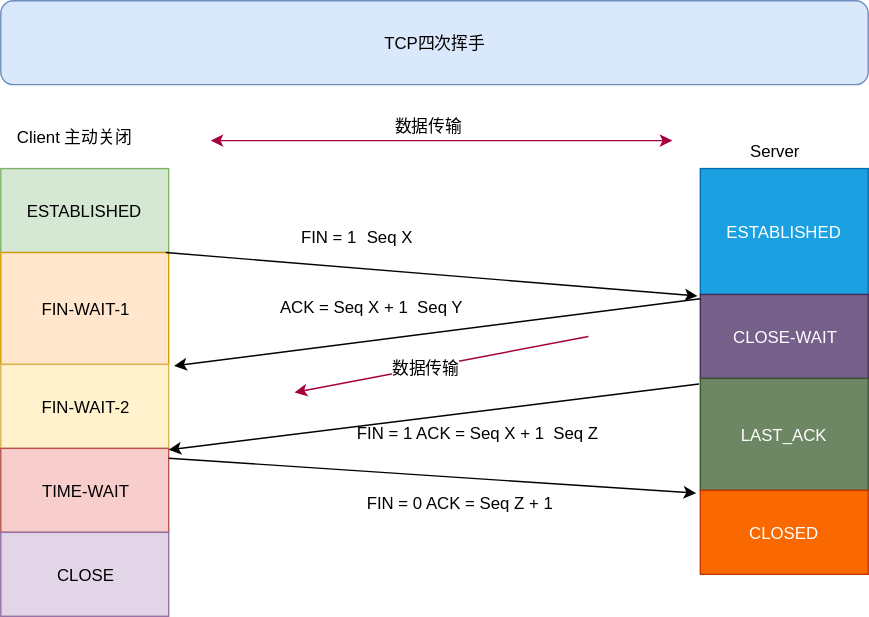
This is 12-面试/00-计算机基础/images/四次挥手详解.svg from cd-home/Root, a draw.io export, as it was before one commit. Source tidied: cells renumbered, new cells last; positions are measured from the earlier drawing's top-left corner, leaving out a move shared by most shapes.
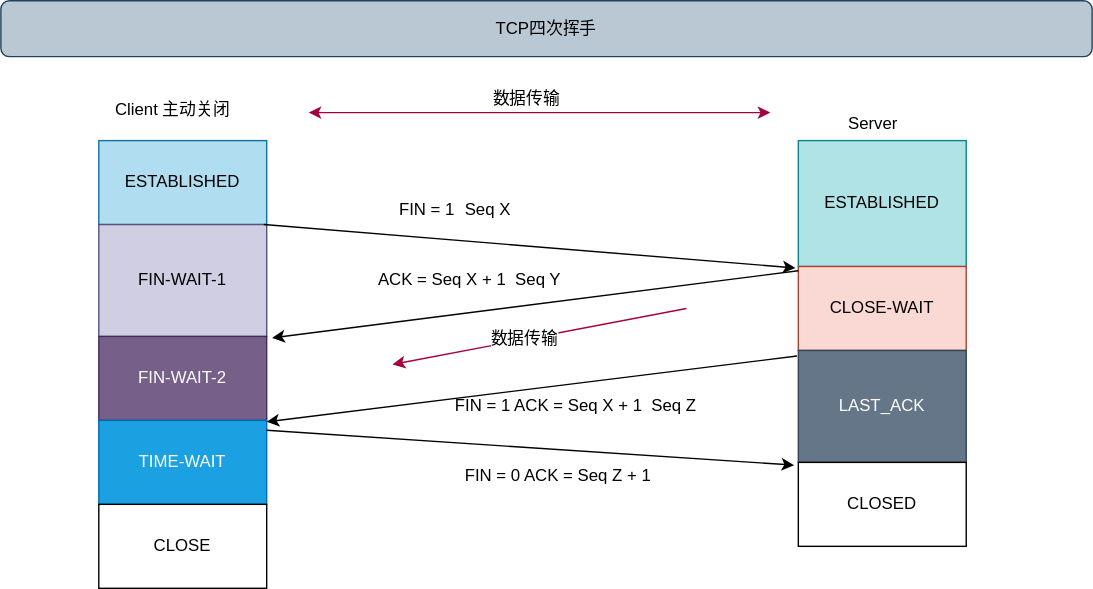
The same diagram one commit later.

What changed in the source:
```diff
@@ -2,34 +2,34 @@
   <root>
     <mxCell id="0" />
     <mxCell id="1" parent="0" />
-    <mxCell id="2" value="TCP四次挥手" style="rounded=1;whiteSpace=wrap;html=1;fillColor=#dae8fc;strokeColor=#6c8ebf;" parent="1" vertex="1">
-      <mxGeometry width="620" height="60" as="geometry" />
+    <mxCell id="2" value="TCP四次挥手" style="rounded=1;whiteSpace=wrap;html=1;fillColor=#bac8d3;strokeColor=#23445d;" parent="1" vertex="1">
+      <mxGeometry x="-70" y="20" width="780" height="40" as="geometry" />
     </mxCell>
     <mxCell id="3" style="edgeStyle=orthogonalEdgeStyle;rounded=0;jettySize=auto;html=1;" parent="1" edge="1" source="4" target="6">
       <mxGeometry relative="1" as="geometry" />
     </mxCell>
-    <mxCell id="4" value="ESTABLISHED" style="rounded=0;whiteSpace=wrap;html=1;fillColor=#d5e8d4;strokeColor=#82b366;" parent="1" vertex="1">
+    <mxCell id="4" value="ESTABLISHED" style="rounded=0;whiteSpace=wrap;html=1;fillColor=#b1ddf0;strokeColor=#10739e;" parent="1" vertex="1">
       <mxGeometry y="120" width="120" height="60" as="geometry" />
     </mxCell>
     <mxCell id="5" style="edgeStyle=orthogonalEdgeStyle;rounded=0;jettySize=auto;html=1;" parent="1" edge="1" source="6" target="8">
       <mxGeometry relative="1" as="geometry" />
     </mxCell>
-    <mxCell id="6" value="FIN-WAIT-1" style="rounded=0;whiteSpace=wrap;html=1;fillColor=#ffe6cc;strokeColor=#d79b00;" parent="1" vertex="1">
+    <mxCell id="6" value="FIN-WAIT-1" style="rounded=0;whiteSpace=wrap;html=1;fillColor=#d0cee2;strokeColor=#56517e;" parent="1" vertex="1">
       <mxGeometry y="180" width="120" height="80" as="geometry" />
     </mxCell>
     <mxCell id="7" style="edgeStyle=orthogonalEdgeStyle;rounded=0;jettySize=auto;html=1;" parent="1" edge="1" source="8" target="10">
       <mxGeometry relative="1" as="geometry" />
     </mxCell>
-    <mxCell id="8" value="&lt;span style=&quot;white-space: normal&quot;&gt;FIN-WAIT-2&lt;/span&gt;" style="rounded=0;whiteSpace=wrap;html=1;fillColor=#fff2cc;strokeColor=#d6b656;" parent="1" vertex="1">
+    <mxCell id="8" value="&lt;span style=&quot;white-space: normal&quot;&gt;FIN-WAIT-2&lt;/span&gt;" style="rounded=0;whiteSpace=wrap;html=1;fillColor=#76608a;fontColor=#ffffff;strokeColor=#432D57;" parent="1" vertex="1">
       <mxGeometry y="260" width="120" height="60" as="geometry" />
     </mxCell>
     <mxCell id="9" style="edgeStyle=orthogonalEdgeStyle;rounded=0;jettySize=auto;html=1;" parent="1" edge="1" source="10" target="11">
       <mxGeometry relative="1" as="geometry" />
     </mxCell>
-    <mxCell id="10" value="TIME-WAIT" style="rounded=0;whiteSpace=wrap;html=1;fillColor=#f8cecc;strokeColor=#b85450;" parent="1" vertex="1">
+    <mxCell id="10" value="TIME-WAIT" style="rounded=0;whiteSpace=wrap;html=1;fillColor=#1ba1e2;fontColor=#ffffff;strokeColor=#006EAF;" parent="1" vertex="1">
       <mxGeometry y="320" width="120" height="60" as="geometry" />
     </mxCell>
-    <mxCell id="11" value="CLOSE" style="rounded=0;whiteSpace=wrap;html=1;fillColor=#e1d5e7;strokeColor=#9673a6;" parent="1" vertex="1">
+    <mxCell id="11" value="CLOSE" style="rounded=0;whiteSpace=wrap;html=1;" parent="1" vertex="1">
       <mxGeometry y="380" width="120" height="60" as="geometry" />
     </mxCell>
     <mxCell id="12" style="edgeStyle=orthogonalEdgeStyle;rounded=0;jettySize=auto;html=1;" parent="1" edge="1" source="13">
@@ -37,22 +37,22 @@
         <mxPoint x="560" y="180" as="targetPoint" />
       </mxGeometry>
     </mxCell>
-    <mxCell id="13" value="&lt;span style=&quot;white-space: normal&quot;&gt;ESTABLISHED&lt;/span&gt;" style="rounded=0;whiteSpace=wrap;html=1;fillColor=#1ba1e2;strokeColor=#006EAF;fontColor=#ffffff;" parent="1" vertex="1">
+    <mxCell id="13" value="&lt;span style=&quot;white-space: normal&quot;&gt;ESTABLISHED&lt;/span&gt;" style="rounded=0;whiteSpace=wrap;html=1;fillColor=#b0e3e6;strokeColor=#0e8088;" parent="1" vertex="1">
       <mxGeometry x="500" y="120" width="120" height="90" as="geometry" />
     </mxCell>
     <mxCell id="14" style="edgeStyle=orthogonalEdgeStyle;rounded=0;jettySize=auto;html=1;" parent="1" edge="1" source="15" target="17">
       <mxGeometry relative="1" as="geometry" />
     </mxCell>
-    <mxCell id="15" value="CLOSE-WAIT" style="rounded=0;whiteSpace=wrap;html=1;fillColor=#76608a;strokeColor=#432D57;fontColor=#ffffff;" parent="1" vertex="1">
+    <mxCell id="15" value="CLOSE-WAIT" style="rounded=0;whiteSpace=wrap;html=1;fillColor=#fad9d5;strokeColor=#ae4132;" parent="1" vertex="1">
       <mxGeometry x="500" y="210" width="120" height="60" as="geometry" />
     </mxCell>
     <mxCell id="16" style="edgeStyle=orthogonalEdgeStyle;rounded=0;jettySize=auto;html=1;" parent="1" edge="1" source="17" target="18">
       <mxGeometry relative="1" as="geometry" />
     </mxCell>
-    <mxCell id="17" value="LAST_ACK" style="rounded=0;whiteSpace=wrap;html=1;fillColor=#6d8764;strokeColor=#3A5431;fontColor=#ffffff;" parent="1" vertex="1">
+    <mxCell id="17" value="LAST_ACK" style="rounded=0;whiteSpace=wrap;html=1;fillColor=#647687;fontColor=#ffffff;strokeColor=#314354;" parent="1" vertex="1">
       <mxGeometry x="500" y="270" width="120" height="80" as="geometry" />
     </mxCell>
-    <mxCell id="18" value="CLOSED" style="rounded=0;whiteSpace=wrap;html=1;fillColor=#fa6800;strokeColor=#C73500;fontColor=#ffffff;" parent="1" vertex="1">
+    <mxCell id="18" value="CLOSED" style="rounded=0;whiteSpace=wrap;html=1;" parent="1" vertex="1">
       <mxGeometry x="500" y="350" width="120" height="60" as="geometry" />
     </mxCell>
     <mxCell id="19" value="Client 主动关闭" style="text;html=1;align=left;verticalAlign=top;spacingTop=-4;" parent="1" vertex="1">
```
